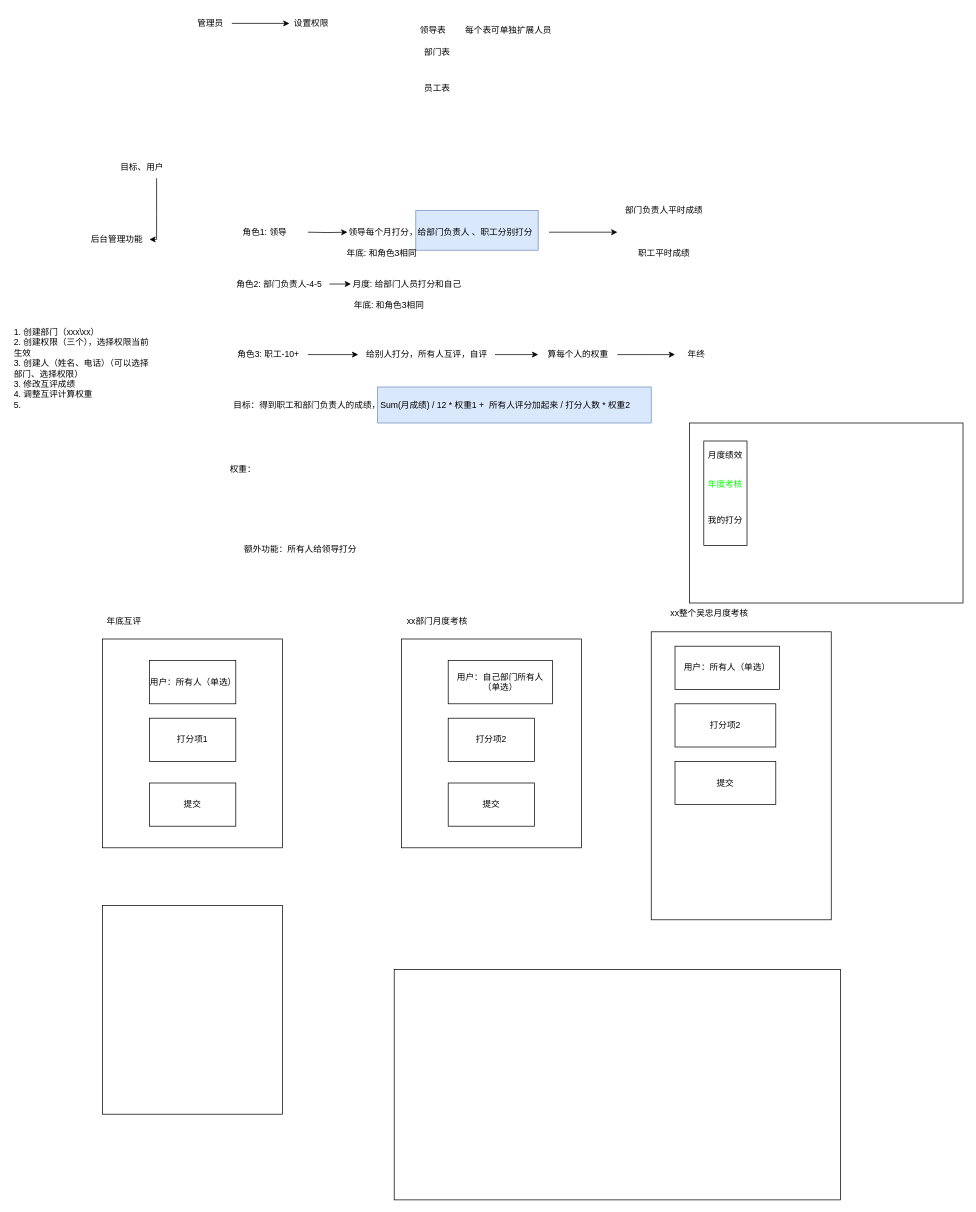
vaclock/dio-dir keeps this draw.io diagram as 未命名绘图.drawio. Above is the earlier version. Source tidied: cells renumbered, new cells numbered last; positions are measured from the earlier drawing's top-left corner, leaving out a move shared by most shapes. Both pictures are drawn from the tidied source at 72%, with x=0, y=0 at pixel (12, 12).
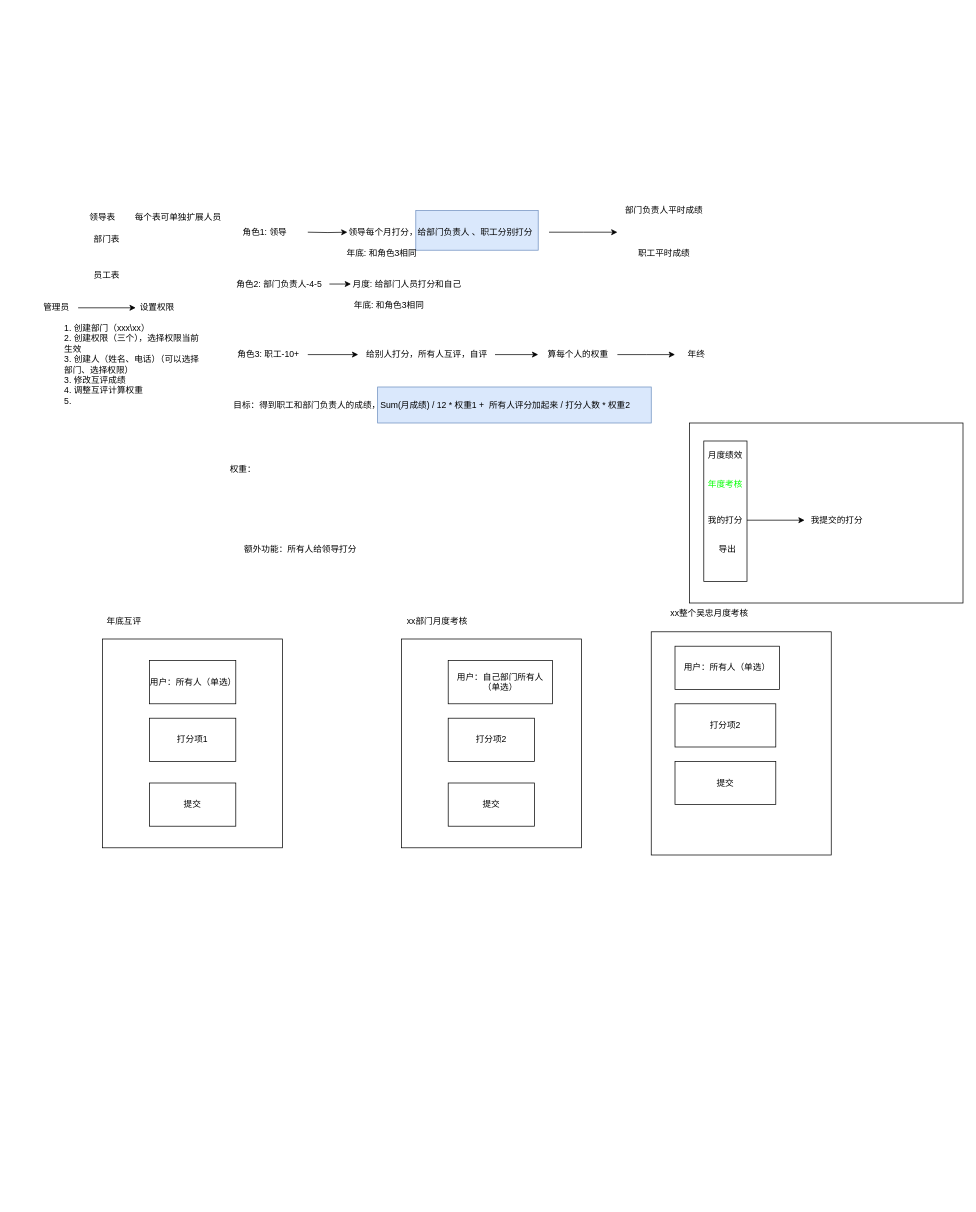
The same diagram, later.

Commit message (it also covers changes not shown here):
更新未命名绘图.drawio

The change refers to these unchanged cells:
```xml
<mxCell id="57" value="&lt;p style=&quot;margin: 0pt 0pt 0.0001pt; text-align: justify;&quot; class=&quot;MsoNormal&quot;&gt;&lt;font face=&quot;方正小标宋简体&quot;&gt;我的打分&lt;/font&gt;&lt;/p&gt;" style="text;html=1;align=center;verticalAlign=middle;whiteSpace=wrap;rounded=0;textShadow=0;fontColor=#000000;" parent="1" vertex="1">
  <mxGeometry x="960" y="690" width="60" height="30" as="geometry" />
</mxCell>
```

The edit, as a diff of the source:
```diff
@@
-    <mxCell id="4" style="edgeStyle=orthogonalEdgeStyle;rounded=0;jettySize=auto;html=1;" parent="1" edge="1" source="5" target="6">
-      <mxGeometry relative="1" as="geometry">
-        <Array as="points">
-          <mxPoint x="200" y="280" />
-          <mxPoint x="200" y="280" />
-        </Array>
-      </mxGeometry>
-    </mxCell>
-    <mxCell id="5" value="目标、用户" style="text;html=1;align=center;verticalAlign=middle;whiteSpace=wrap;rounded=0;" parent="1" vertex="1">
-      <mxGeometry x="130" y="200" width="100" height="30" as="geometry" />
-    </mxCell>
-    <mxCell id="6" value="后台管理功能" style="text;html=1;align=center;verticalAlign=middle;whiteSpace=wrap;rounded=0;" parent="1" vertex="1">
-      <mxGeometry x="100" y="300" width="90" height="30" as="geometry" />
-    </mxCell>
@@
     <mxCell id="22" value="管理员" style="text;html=1;align=center;verticalAlign=middle;whiteSpace=wrap;rounded=0;" parent="1" vertex="1">
-      <mxGeometry x="244.5" width="60" height="30" as="geometry" />
+      <mxGeometry x="31" y="395" width="60" height="30" as="geometry" />
     </mxCell>
     <mxCell id="23" value="设置权限" style="text;html=1;align=center;verticalAlign=middle;whiteSpace=wrap;rounded=0;" parent="1" vertex="1">
-      <mxGeometry x="384.5" width="60" height="30" as="geometry" />
+      <mxGeometry x="171" y="395" width="60" height="30" as="geometry" />
     </mxCell>
     <mxCell id="24" value="领导表" style="text;html=1;align=center;verticalAlign=middle;whiteSpace=wrap;rounded=0;" parent="1" vertex="1">
-      <mxGeometry x="553.5" y="10" width="60" height="30" as="geometry" />
+      <mxGeometry x="94.5" y="270" width="60" height="30" as="geometry" />
     </mxCell>
     <mxCell id="25" value="部门表" style="text;html=1;align=center;verticalAlign=middle;whiteSpace=wrap;rounded=0;" parent="1" vertex="1">
-      <mxGeometry x="560" y="40" width="60" height="30" as="geometry" />
+      <mxGeometry x="101" y="300" width="60" height="30" as="geometry" />
     </mxCell>
     <mxCell id="26" value="员工表" style="text;html=1;align=center;verticalAlign=middle;whiteSpace=wrap;rounded=0;" parent="1" vertex="1">
-      <mxGeometry x="560" y="90" width="60" height="30" as="geometry" />
+      <mxGeometry x="101" y="350" width="60" height="30" as="geometry" />
     </mxCell>
     <mxCell id="27" value="每个表可单独扩展人员" style="text;html=1;align=center;verticalAlign=middle;whiteSpace=wrap;rounded=0;" parent="1" vertex="1">
-      <mxGeometry x="613.5" y="10" width="150" height="30" as="geometry" />
+      <mxGeometry x="154.5" y="270" width="150" height="30" as="geometry" />
     </mxCell>
@@
     <mxCell id="35" value="1. 创建部门（xxx\xx）&lt;div&gt;2. 创建权限（三个），选择权限当前生效&lt;br&gt;&lt;div&gt;3. 创建人（姓名、电话）（可以选择部门、选择权限）&lt;/div&gt;&lt;div&gt;3. 修改互评成绩&lt;/div&gt;&lt;div&gt;4. 调整互评计算权重&lt;/div&gt;&lt;div&gt;5.&amp;nbsp;&lt;/div&gt;&lt;/div&gt;" style="text;html=1;align=left;verticalAlign=top;whiteSpace=wrap;rounded=0;" parent="1" vertex="1">
-      <mxGeometry y="430" width="200" height="170" as="geometry" />
+      <mxGeometry x="70" y="425" width="200" height="170" as="geometry" />
     </mxCell>
@@
     <mxCell id="47" style="rounded=0;whiteSpace=wrap;html=1;" parent="1" vertex="1">
-      <mxGeometry x="960" y="595" width="60" height="145" as="geometry" />
+      <mxGeometry x="960" y="595" width="60" height="195" as="geometry" />
     </mxCell>
@@
     <mxCell id="50" style="rounded=0;whiteSpace=wrap;html=1;" parent="1" vertex="1">
-      <mxGeometry x="887" y="860" width="250" height="400" as="geometry" />
+      <mxGeometry x="887" y="860" width="250" height="310" as="geometry" />
     </mxCell>
@@
-    <mxCell id="55" style="rounded=0;whiteSpace=wrap;html=1;" parent="1" vertex="1">
-      <mxGeometry x="530" y="1329" width="620" height="320" as="geometry" />
-    </mxCell>
-    <mxCell id="56" style="rounded=0;whiteSpace=wrap;html=1;" parent="1" vertex="1">
-      <mxGeometry x="125" y="1240" width="250" height="290" as="geometry" />
-    </mxCell>
+    <mxCell id="58" style="edgeStyle=orthogonalEdgeStyle;rounded=0;jettySize=auto;html=1;" parent="1" edge="1" source="57" target="59">
+      <mxGeometry relative="1" as="geometry" />
+    </mxCell>
@@
+    <mxCell id="59" value="&lt;p style=&quot;margin: 0pt 0pt 0.0001pt; text-align: justify;&quot; class=&quot;MsoNormal&quot;&gt;&lt;font face=&quot;方正小标宋简体&quot;&gt;我提交的打分&lt;/font&gt;&lt;/p&gt;" style="text;html=1;align=center;verticalAlign=middle;whiteSpace=wrap;rounded=0;textShadow=0;fontColor=#000000;" parent="1" vertex="1">
+      <mxGeometry x="1100" y="690" width="90" height="30" as="geometry" />
+    </mxCell>
+    <mxCell id="60" value="&lt;p style=&quot;margin: 0pt 0pt 0.0001pt; text-align: justify;&quot; class=&quot;MsoNormal&quot;&gt;导出&lt;/p&gt;" style="text;html=1;align=center;verticalAlign=middle;whiteSpace=wrap;rounded=0;textShadow=0;fontColor=#000000;" parent="1" vertex="1">
+      <mxGeometry x="962.5" y="730" width="60" height="30" as="geometry" />
+    </mxCell>
```
